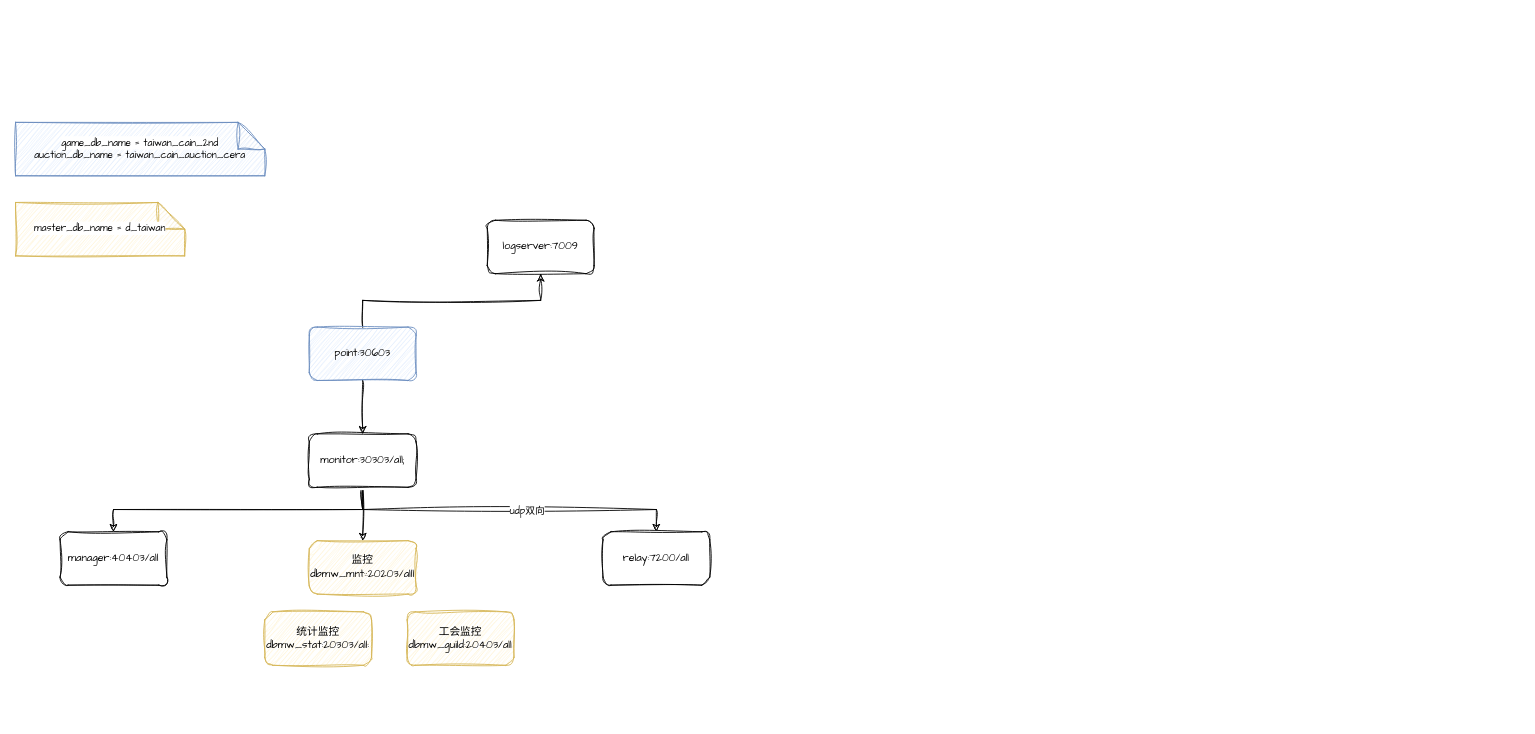
This is 地下城.drawio from bom-coder/drawio-store, a draw.io file, before an edit. Source tidied: cells renumbered, new cells numbered last; positions are measured from the earlier drawing's top-left corner, leaving out a move shared by most shapes. Both pictures are drawn from the tidied source at 89%, with x=0, y=0 at pixel (15, 122).
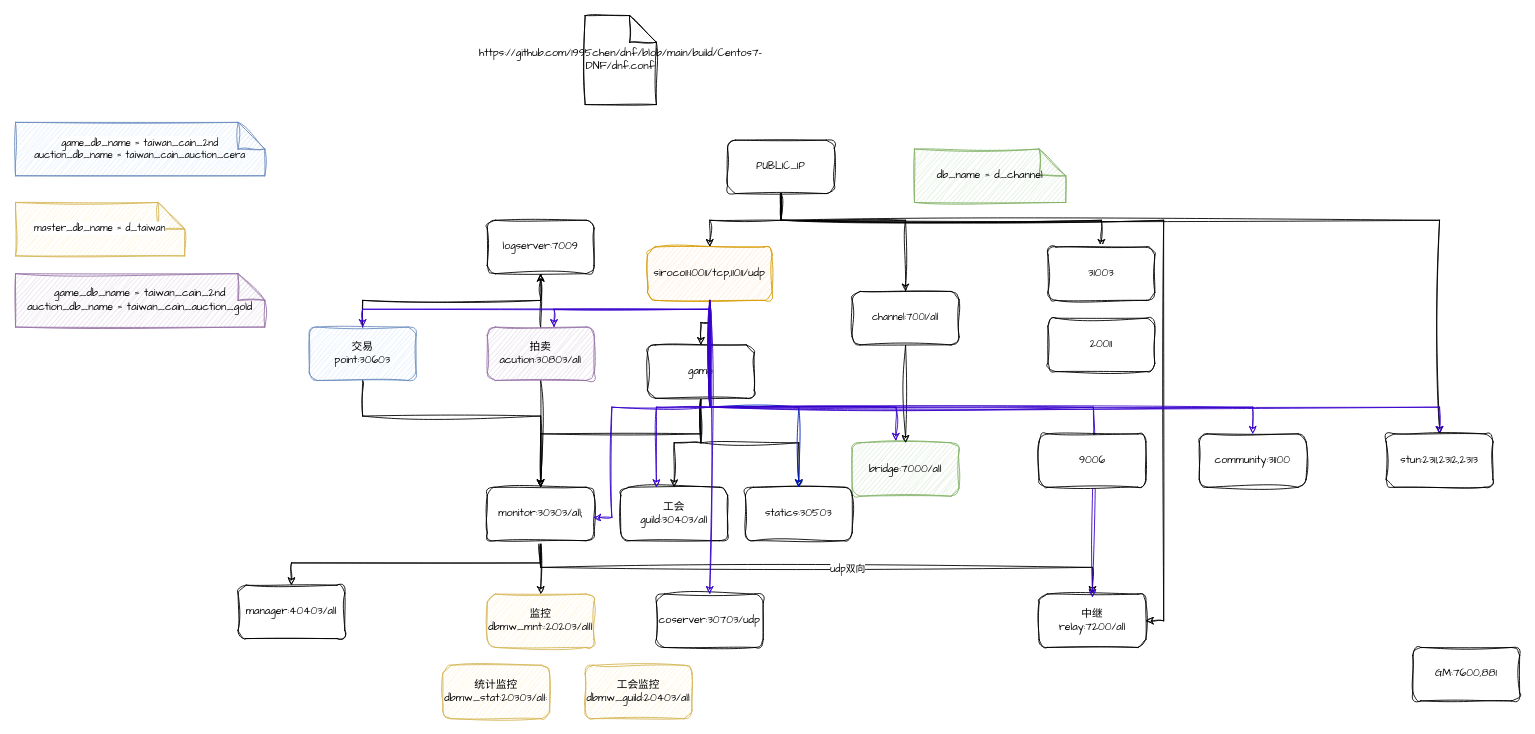
The same diagram, later.

Commit message (it also covers changes not shown here):
更新地下城.drawio

Unchanged cells that the change refers to:
```xml
<mxCell id="10" value="logserver:7009" style="rounded=1;whiteSpace=wrap;html=1;sketch=1;hachureGap=4;jiggle=2;curveFitting=1;fontFamily=Architects Daughter;" parent="1" vertex="1">
  <mxGeometry x="530" y="110" width="120" height="60" as="geometry" />
</mxCell>
```

Change to the diagram source:
```diff
@@
     <mxCell id="2" style="edgeStyle=orthogonalEdgeStyle;rounded=0;sketch=1;hachureGap=4;jiggle=2;curveFitting=1;jettySize=auto;html=1;entryX=0.5;entryY=0;entryDx=0;entryDy=0;fontFamily=Architects Daughter;" parent="1" edge="1" source="4" target="9">
-      <mxGeometry relative="1" as="geometry" />
+      <mxGeometry relative="1" as="geometry">
+        <Array as="points">
+          <mxPoint x="390" y="330" />
+          <mxPoint x="590" y="330" />
+        </Array>
+      </mxGeometry>
     </mxCell>
@@
-    <mxCell id="4" value="point:30603" style="rounded=1;whiteSpace=wrap;html=1;sketch=1;hachureGap=4;jiggle=2;curveFitting=1;fontFamily=Architects Daughter;fillColor=#dae8fc;strokeColor=#6c8ebf;" parent="1" vertex="1">
+    <mxCell id="4" value="&lt;div&gt;交易&lt;/div&gt;point:30603" style="rounded=1;whiteSpace=wrap;html=1;sketch=1;hachureGap=4;jiggle=2;curveFitting=1;fontFamily=Architects Daughter;fillColor=#dae8fc;strokeColor=#6c8ebf;" parent="1" vertex="1">
       <mxGeometry x="330" y="230" width="120" height="60" as="geometry" />
     </mxCell>
@@
     <mxCell id="7" style="edgeStyle=orthogonalEdgeStyle;rounded=0;sketch=1;hachureGap=4;jiggle=2;curveFitting=1;jettySize=auto;html=1;exitX=0.5;exitY=1;exitDx=0;exitDy=0;fontFamily=Architects Daughter;" parent="1" edge="1" source="9" target="13">
-      <mxGeometry relative="1" as="geometry" />
+      <mxGeometry relative="1" as="geometry">
+        <Array as="points">
+          <mxPoint x="590" y="500" />
+          <mxPoint x="1210" y="500" />
+        </Array>
+      </mxGeometry>
     </mxCell>
@@
     <mxCell id="9" value="monitor:30303/all;" style="rounded=1;whiteSpace=wrap;html=1;sketch=1;hachureGap=4;jiggle=2;curveFitting=1;fontFamily=Architects Daughter;" parent="1" vertex="1">
-      <mxGeometry x="330" y="350" width="120" height="60" as="geometry" />
+      <mxGeometry x="530" y="410" width="120" height="60" as="geometry" />
     </mxCell>
@@
     <mxCell id="11" value="manager:40403/all" style="rounded=1;whiteSpace=wrap;html=1;sketch=1;hachureGap=4;jiggle=2;curveFitting=1;fontFamily=Architects Daughter;" parent="1" vertex="1">
-      <mxGeometry x="50" y="460" width="120" height="60" as="geometry" />
+      <mxGeometry x="250" y="520" width="120" height="60" as="geometry" />
     </mxCell>
     <mxCell id="12" value="&lt;div&gt;监控&lt;/div&gt;dbmw_mnt::20203/alll" style="rounded=1;whiteSpace=wrap;html=1;sketch=1;hachureGap=4;jiggle=2;curveFitting=1;fontFamily=Architects Daughter;fillColor=#fff2cc;strokeColor=#d6b656;" parent="1" vertex="1">
-      <mxGeometry x="330" y="470" width="120" height="60" as="geometry" />
+      <mxGeometry x="530" y="530" width="120" height="60" as="geometry" />
     </mxCell>
-    <mxCell id="13" value="relay:7200/all" style="rounded=1;whiteSpace=wrap;html=1;sketch=1;hachureGap=4;jiggle=2;curveFitting=1;fontFamily=Architects Daughter;" parent="1" vertex="1">
-      <mxGeometry x="660" y="460" width="120" height="60" as="geometry" />
+    <mxCell id="13" value="中继&lt;div&gt;relay:7200/all&lt;/div&gt;" style="rounded=1;whiteSpace=wrap;html=1;sketch=1;hachureGap=4;jiggle=2;curveFitting=1;fontFamily=Architects Daughter;" parent="1" vertex="1">
+      <mxGeometry x="1150" y="530" width="120" height="60" as="geometry" />
     </mxCell>
     <mxCell id="14" value="&lt;div&gt;统计监控&lt;/div&gt;dbmw_stat:20303/all:" style="rounded=1;whiteSpace=wrap;html=1;sketch=1;hachureGap=4;jiggle=2;curveFitting=1;fontFamily=Architects Daughter;fillColor=#fff2cc;strokeColor=#d6b656;" parent="1" vertex="1">
-      <mxGeometry x="280" y="550" width="120" height="60" as="geometry" />
+      <mxGeometry x="480" y="610" width="120" height="60" as="geometry" />
     </mxCell>
     <mxCell id="15" value="&lt;div&gt;工会监控&lt;/div&gt;dbmw_guild:20403/all" style="rounded=1;whiteSpace=wrap;html=1;sketch=1;hachureGap=4;jiggle=2;curveFitting=1;fontFamily=Architects Daughter;fillColor=#fff2cc;strokeColor=#d6b656;" parent="1" vertex="1">
-      <mxGeometry x="440" y="550" width="120" height="60" as="geometry" />
+      <mxGeometry x="640" y="610" width="120" height="60" as="geometry" />
     </mxCell>
@@
+    <mxCell id="18" value="工会&lt;div&gt;guild:30403/all&lt;/div&gt;" style="rounded=1;whiteSpace=wrap;html=1;sketch=1;hachureGap=4;jiggle=2;curveFitting=1;fontFamily=Architects Daughter;" parent="1" vertex="1">
+      <mxGeometry x="680" y="410" width="120" height="60" as="geometry" />
+    </mxCell>
+    <mxCell id="19" style="edgeStyle=orthogonalEdgeStyle;rounded=0;sketch=1;hachureGap=4;jiggle=2;curveFitting=1;jettySize=auto;html=1;exitX=0.5;exitY=0;exitDx=0;exitDy=0;entryX=0.5;entryY=1;entryDx=0;entryDy=0;fontFamily=Architects Daughter;" parent="1" edge="1" source="21" target="10">
+      <mxGeometry relative="1" as="geometry" />
+    </mxCell>
+    <mxCell id="20" style="edgeStyle=orthogonalEdgeStyle;rounded=0;sketch=1;hachureGap=4;jiggle=2;curveFitting=1;jettySize=auto;html=1;exitX=0.5;exitY=1;exitDx=0;exitDy=0;entryX=0.5;entryY=0;entryDx=0;entryDy=0;fontFamily=Architects Daughter;" parent="1" edge="1" source="21" target="9">
+      <mxGeometry relative="1" as="geometry" />
+    </mxCell>
+    <mxCell id="21" value="&lt;div&gt;拍卖&lt;/div&gt;acution:30803/all" style="rounded=1;whiteSpace=wrap;html=1;sketch=1;hachureGap=4;jiggle=2;curveFitting=1;fontFamily=Architects Daughter;fillColor=#e1d5e7;strokeColor=#9673a6;" parent="1" vertex="1">
+      <mxGeometry x="530" y="230" width="120" height="60" as="geometry" />
+    </mxCell>
+    <mxCell id="22" value="game_db_name = taiwan_cain_2nd&lt;div&gt;auction_db_name = taiwan_cain_auction_gold&lt;br&gt;&lt;/div&gt;" style="shape=note;whiteSpace=wrap;html=1;backgroundOutline=1;darkOpacity=0.05;sketch=1;hachureGap=4;jiggle=2;curveFitting=1;fontFamily=Architects Daughter;fillColor=#e1d5e7;strokeColor=#9673a6;" parent="1" vertex="1">
+      <mxGeometry y="170" width="280" height="60" as="geometry" />
+    </mxCell>
+    <mxCell id="23" value="bridge:7000/all" style="rounded=1;whiteSpace=wrap;html=1;sketch=1;hachureGap=4;jiggle=2;curveFitting=1;fontFamily=Architects Daughter;fillColor=#d5e8d4;strokeColor=#82b366;" parent="1" vertex="1">
+      <mxGeometry x="940" y="360" width="120" height="60" as="geometry" />
+    </mxCell>
+    <mxCell id="24" value="db_name = d_channel" style="shape=note;whiteSpace=wrap;html=1;backgroundOutline=1;darkOpacity=0.05;sketch=1;hachureGap=4;jiggle=2;curveFitting=1;fontFamily=Architects Daughter;fillColor=#d5e8d4;strokeColor=#82b366;" parent="1" vertex="1">
+      <mxGeometry x="1010" y="30" width="170" height="60" as="geometry" />
+    </mxCell>
+    <mxCell id="25" style="edgeStyle=orthogonalEdgeStyle;rounded=0;sketch=1;hachureGap=4;jiggle=2;curveFitting=1;jettySize=auto;html=1;entryX=0.5;entryY=0;entryDx=0;entryDy=0;fontFamily=Architects Daughter;" parent="1" edge="1" source="26" target="23">
+      <mxGeometry relative="1" as="geometry" />
+    </mxCell>
+    <mxCell id="26" value="&lt;span style=&quot;font-size: 11px; text-wrap: nowrap; background-color: rgb(255, 255, 255);&quot;&gt;channel:7001/all&lt;/span&gt;" style="rounded=1;whiteSpace=wrap;html=1;sketch=1;hachureGap=4;jiggle=2;curveFitting=1;fontFamily=Architects Daughter;" parent="1" vertex="1">
+      <mxGeometry x="940" y="190" width="120" height="60" as="geometry" />
+    </mxCell>
+    <mxCell id="27" style="edgeStyle=orthogonalEdgeStyle;rounded=0;sketch=1;hachureGap=4;jiggle=2;curveFitting=1;jettySize=auto;html=1;fontFamily=Architects Daughter;exitX=0.5;exitY=1;exitDx=0;exitDy=0;" parent="1" edge="1" source="32" target="26">
+      <mxGeometry relative="1" as="geometry">
+        <Array as="points">
+          <mxPoint x="860" y="110" />
+          <mxPoint x="1000" y="110" />
+        </Array>
+      </mxGeometry>
+    </mxCell>
+    <mxCell id="28" style="edgeStyle=orthogonalEdgeStyle;rounded=0;sketch=1;hachureGap=4;jiggle=2;curveFitting=1;jettySize=auto;html=1;entryX=0.5;entryY=0;entryDx=0;entryDy=0;fontFamily=Architects Daughter;" parent="1" edge="1" source="32" target="48">
+      <mxGeometry relative="1" as="geometry" />
+    </mxCell>
+    <mxCell id="29" style="edgeStyle=orthogonalEdgeStyle;rounded=0;sketch=1;hachureGap=4;jiggle=2;curveFitting=1;jettySize=auto;html=1;exitX=0.5;exitY=1;exitDx=0;exitDy=0;entryX=0.5;entryY=0;entryDx=0;entryDy=0;fontFamily=Architects Daughter;" parent="1" edge="1" source="32" target="52">
+      <mxGeometry relative="1" as="geometry" />
+    </mxCell>
+    <mxCell id="30" style="edgeStyle=orthogonalEdgeStyle;rounded=0;sketch=1;hachureGap=4;jiggle=2;curveFitting=1;jettySize=auto;html=1;exitX=0.5;exitY=1;exitDx=0;exitDy=0;entryX=1;entryY=0.5;entryDx=0;entryDy=0;fontFamily=Architects Daughter;" parent="1" edge="1" source="32" target="13">
+      <mxGeometry relative="1" as="geometry">
+        <Array as="points">
+          <mxPoint x="860" y="110" />
+          <mxPoint x="1290" y="110" />
+          <mxPoint x="1290" y="560" />
+        </Array>
+      </mxGeometry>
+    </mxCell>
+    <mxCell id="31" style="edgeStyle=orthogonalEdgeStyle;rounded=0;sketch=1;hachureGap=4;jiggle=2;curveFitting=1;jettySize=auto;html=1;exitX=0.5;exitY=1;exitDx=0;exitDy=0;entryX=0.5;entryY=0;entryDx=0;entryDy=0;fontFamily=Architects Daughter;" parent="1" edge="1" source="32" target="55">
+      <mxGeometry relative="1" as="geometry">
+        <Array as="points">
+          <mxPoint x="860" y="110" />
+          <mxPoint x="1600" y="110" />
+        </Array>
+      </mxGeometry>
+    </mxCell>
+    <mxCell id="32" value="&lt;span style=&quot;font-size: 11px; text-wrap: nowrap;&quot;&gt;PUBLIC_IP&lt;/span&gt;" style="rounded=1;whiteSpace=wrap;html=1;sketch=1;hachureGap=4;jiggle=2;curveFitting=1;fontFamily=Architects Daughter;" parent="1" vertex="1">
+      <mxGeometry x="800" y="20" width="120" height="60" as="geometry" />
+    </mxCell>
+    <mxCell id="33" value="community:31100" style="rounded=1;whiteSpace=wrap;html=1;sketch=1;hachureGap=4;jiggle=2;curveFitting=1;fontFamily=Architects Daughter;" parent="1" vertex="1">
+      <mxGeometry x="1330" y="350" width="120" height="60" as="geometry" />
+    </mxCell>
+    <mxCell id="34" value="coserver:30703/udp" style="rounded=1;whiteSpace=wrap;html=1;sketch=1;hachureGap=4;jiggle=2;curveFitting=1;fontFamily=Architects Daughter;" parent="1" vertex="1">
+      <mxGeometry x="720" y="530" width="120" height="60" as="geometry" />
+    </mxCell>
+    <mxCell id="35" style="edgeStyle=orthogonalEdgeStyle;rounded=0;sketch=1;hachureGap=4;jiggle=2;curveFitting=1;jettySize=auto;html=1;fontFamily=Architects Daughter;" parent="1" edge="1" source="38" target="9">
+      <mxGeometry relative="1" as="geometry">
+        <Array as="points">
+          <mxPoint x="770" y="350" />
+          <mxPoint x="590" y="350" />
+        </Array>
+      </mxGeometry>
+    </mxCell>
+    <mxCell id="36" style="edgeStyle=orthogonalEdgeStyle;rounded=0;sketch=1;hachureGap=4;jiggle=2;curveFitting=1;jettySize=auto;html=1;exitX=0.5;exitY=1;exitDx=0;exitDy=0;entryX=0.5;entryY=0;entryDx=0;entryDy=0;fontFamily=Architects Daughter;" parent="1" edge="1" source="38" target="18">
+      <mxGeometry relative="1" as="geometry" />
+    </mxCell>
+    <mxCell id="37" style="edgeStyle=orthogonalEdgeStyle;rounded=0;sketch=1;hachureGap=4;jiggle=2;curveFitting=1;jettySize=auto;html=1;exitX=0.5;exitY=1;exitDx=0;exitDy=0;entryX=0.5;entryY=0;entryDx=0;entryDy=0;fontFamily=Architects Daughter;" parent="1" edge="1" source="38" target="39">
+      <mxGeometry relative="1" as="geometry" />
+    </mxCell>
+    <mxCell id="38" value="game" style="rounded=1;whiteSpace=wrap;html=1;sketch=1;hachureGap=4;jiggle=2;curveFitting=1;fontFamily=Architects Daughter;" parent="1" vertex="1">
+      <mxGeometry x="710" y="250" width="120" height="60" as="geometry" />
+    </mxCell>
+    <mxCell id="39" value="statics:30503" style="rounded=1;whiteSpace=wrap;html=1;sketch=1;hachureGap=4;jiggle=2;curveFitting=1;fontFamily=Architects Daughter;" parent="1" vertex="1">
+      <mxGeometry x="820" y="410" width="120" height="60" as="geometry" />
+    </mxCell>
+    <mxCell id="40" style="edgeStyle=orthogonalEdgeStyle;rounded=0;sketch=1;hachureGap=4;jiggle=2;curveFitting=1;jettySize=auto;html=1;exitX=0.5;exitY=1;exitDx=0;exitDy=0;entryX=0.5;entryY=0;entryDx=0;entryDy=0;fontFamily=Architects Daughter;" parent="1" edge="1" source="48" target="38">
+      <mxGeometry relative="1" as="geometry" />
+    </mxCell>
+    <mxCell id="41" style="edgeStyle=orthogonalEdgeStyle;rounded=0;sketch=1;hachureGap=4;jiggle=2;curveFitting=1;jettySize=auto;html=1;fontFamily=Architects Daughter;fillColor=#6a00ff;strokeColor=#3700CC;entryX=0.5;entryY=0;entryDx=0;entryDy=0;" parent="1" edge="1" source="48" target="34">
+      <mxGeometry relative="1" as="geometry" />
+    </mxCell>
+    <mxCell id="42" style="edgeStyle=orthogonalEdgeStyle;rounded=0;sketch=1;hachureGap=4;jiggle=2;curveFitting=1;jettySize=auto;html=1;entryX=0.5;entryY=0;entryDx=0;entryDy=0;fontFamily=Architects Daughter;fillColor=#0050ef;strokeColor=#001DBC;" parent="1" edge="1" source="48" target="39">
+      <mxGeometry relative="1" as="geometry">
+        <Array as="points">
+          <mxPoint x="780" y="320" />
+          <mxPoint x="880" y="320" />
+        </Array>
+      </mxGeometry>
+    </mxCell>
+    <mxCell id="43" style="edgeStyle=orthogonalEdgeStyle;rounded=0;sketch=1;hachureGap=4;jiggle=2;curveFitting=1;jettySize=auto;html=1;exitX=0.5;exitY=1;exitDx=0;exitDy=0;fontFamily=Architects Daughter;fillColor=#6a00ff;strokeColor=#3700CC;" parent="1" edge="1" source="48" target="18">
+      <mxGeometry relative="1" as="geometry">
+        <Array as="points">
+          <mxPoint x="780" y="320" />
+          <mxPoint x="720" y="320" />
+        </Array>
+      </mxGeometry>
+    </mxCell>
+    <mxCell id="44" style="edgeStyle=orthogonalEdgeStyle;rounded=0;sketch=1;hachureGap=4;jiggle=2;curveFitting=1;jettySize=auto;html=1;exitX=0.5;exitY=1;exitDx=0;exitDy=0;entryX=0.5;entryY=0;entryDx=0;entryDy=0;fontFamily=Architects Daughter;fillColor=#6a00ff;strokeColor=#3700CC;" parent="1" edge="1" source="48" target="4">
+      <mxGeometry relative="1" as="geometry">
+        <Array as="points">
+          <mxPoint x="780" y="210" />
+          <mxPoint x="390" y="210" />
+        </Array>
+      </mxGeometry>
+    </mxCell>
+    <mxCell id="45" style="edgeStyle=orthogonalEdgeStyle;rounded=0;sketch=1;hachureGap=4;jiggle=2;curveFitting=1;jettySize=auto;html=1;exitX=0.5;exitY=1;exitDx=0;exitDy=0;fontFamily=Architects Daughter;fillColor=#6a00ff;strokeColor=#3700CC;" parent="1" edge="1" source="48">
+      <mxGeometry relative="1" as="geometry">
+        <mxPoint x="1210" y="533.4" as="targetPoint" />
+        <Array as="points">
+          <mxPoint x="780" y="320" />
+          <mxPoint x="1211" y="320" />
+          <mxPoint x="1211" y="533" />
+        </Array>
+      </mxGeometry>
+    </mxCell>
+    <mxCell id="46" style="edgeStyle=orthogonalEdgeStyle;rounded=0;sketch=1;hachureGap=4;jiggle=2;curveFitting=1;jettySize=auto;html=1;exitX=0.5;exitY=1;exitDx=0;exitDy=0;entryX=0.5;entryY=0;entryDx=0;entryDy=0;fontFamily=Architects Daughter;fillColor=#6a00ff;strokeColor=#3700CC;" parent="1" edge="1" source="48" target="33">
+      <mxGeometry relative="1" as="geometry">
+        <Array as="points">
+          <mxPoint x="780" y="320" />
+          <mxPoint x="1390" y="320" />
+        </Array>
+      </mxGeometry>
+    </mxCell>
+    <mxCell id="47" style="edgeStyle=orthogonalEdgeStyle;rounded=0;sketch=1;hachureGap=4;jiggle=2;curveFitting=1;jettySize=auto;html=1;exitX=0.5;exitY=1;exitDx=0;exitDy=0;fontFamily=Architects Daughter;fillColor=#6a00ff;strokeColor=#3700CC;" parent="1" edge="1" source="48" target="55">
+      <mxGeometry relative="1" as="geometry">
+        <Array as="points">
+          <mxPoint x="780" y="320" />
+          <mxPoint x="1600" y="320" />
+        </Array>
+      </mxGeometry>
+    </mxCell>
+    <mxCell id="48" value="siroco11:10011/tcp,11011/udp" style="rounded=1;whiteSpace=wrap;html=1;sketch=1;hachureGap=4;jiggle=2;curveFitting=1;fontFamily=Architects Daughter;fillColor=#ffe6cc;strokeColor=#d79b00;" parent="1" vertex="1">
+      <mxGeometry x="710" y="140" width="140" height="60" as="geometry" />
+    </mxCell>
+    <mxCell id="49" style="edgeStyle=orthogonalEdgeStyle;rounded=0;sketch=1;hachureGap=4;jiggle=2;curveFitting=1;jettySize=auto;html=1;entryX=0.993;entryY=0.565;entryDx=0;entryDy=0;entryPerimeter=0;fontFamily=Architects Daughter;fillColor=#6a00ff;strokeColor=#3700CC;" parent="1" edge="1" source="48" target="9">
+      <mxGeometry relative="1" as="geometry">
+        <Array as="points">
+          <mxPoint x="780" y="320" />
+          <mxPoint x="670" y="320" />
+          <mxPoint x="670" y="444" />
+        </Array>
+      </mxGeometry>
+    </mxCell>
+    <mxCell id="50" style="edgeStyle=orthogonalEdgeStyle;rounded=0;sketch=1;hachureGap=4;jiggle=2;curveFitting=1;jettySize=auto;html=1;exitX=0.5;exitY=1;exitDx=0;exitDy=0;entryX=0.409;entryY=-0.038;entryDx=0;entryDy=0;entryPerimeter=0;fontFamily=Architects Daughter;fillColor=#6a00ff;strokeColor=#3700CC;" parent="1" edge="1" source="48" target="23">
+      <mxGeometry relative="1" as="geometry">
+        <Array as="points">
+          <mxPoint x="780" y="320" />
+          <mxPoint x="989" y="320" />
+        </Array>
+      </mxGeometry>
+    </mxCell>
+    <mxCell id="51" value="20011" style="rounded=1;whiteSpace=wrap;html=1;sketch=1;hachureGap=4;jiggle=2;curveFitting=1;fontFamily=Architects Daughter;" parent="1" vertex="1">
+      <mxGeometry x="1160" y="220" width="120" height="60" as="geometry" />
+    </mxCell>
+    <mxCell id="52" value="31003" style="rounded=1;whiteSpace=wrap;html=1;sketch=1;hachureGap=4;jiggle=2;curveFitting=1;fontFamily=Architects Daughter;" parent="1" vertex="1">
+      <mxGeometry x="1160" y="140" width="120" height="60" as="geometry" />
+    </mxCell>
+    <mxCell id="53" style="edgeStyle=orthogonalEdgeStyle;rounded=0;sketch=1;hachureGap=4;jiggle=2;curveFitting=1;jettySize=auto;html=1;exitX=0.5;exitY=1;exitDx=0;exitDy=0;entryX=0.625;entryY=0.001;entryDx=0;entryDy=0;entryPerimeter=0;fontFamily=Architects Daughter;fillColor=#6a00ff;strokeColor=#3700CC;" parent="1" edge="1" source="48" target="21">
+      <mxGeometry relative="1" as="geometry">
+        <Array as="points">
+          <mxPoint x="780" y="210" />
+          <mxPoint x="605" y="210" />
+        </Array>
+      </mxGeometry>
+    </mxCell>
+    <mxCell id="54" value="9006" style="rounded=1;whiteSpace=wrap;html=1;sketch=1;hachureGap=4;jiggle=2;curveFitting=1;fontFamily=Architects Daughter;" parent="1" vertex="1">
+      <mxGeometry x="1150" y="350" width="120" height="60" as="geometry" />
+    </mxCell>
+    <mxCell id="55" value="stun:2311,2312,2313" style="rounded=1;whiteSpace=wrap;html=1;sketch=1;hachureGap=4;jiggle=2;curveFitting=1;fontFamily=Architects Daughter;" parent="1" vertex="1">
+      <mxGeometry x="1540" y="350" width="120" height="60" as="geometry" />
+    </mxCell>
+    <mxCell id="56" value="GM:7600,881" style="rounded=1;whiteSpace=wrap;html=1;sketch=1;hachureGap=4;jiggle=2;curveFitting=1;fontFamily=Architects Daughter;" parent="1" vertex="1">
+      <mxGeometry x="1570" y="590" width="120" height="60" as="geometry" />
+    </mxCell>
+    <mxCell id="57" value="https://github.com/1995chen/dnf/blob/main/build/Centos7-DNF/dnf.conf" style="shape=note;whiteSpace=wrap;html=1;backgroundOutline=1;darkOpacity=0.05;sketch=1;hachureGap=4;jiggle=2;curveFitting=1;fontFamily=Architects Daughter;" parent="1" vertex="1">
+      <mxGeometry x="640" y="-120" width="80" height="100" as="geometry" />
+    </mxCell>
```
